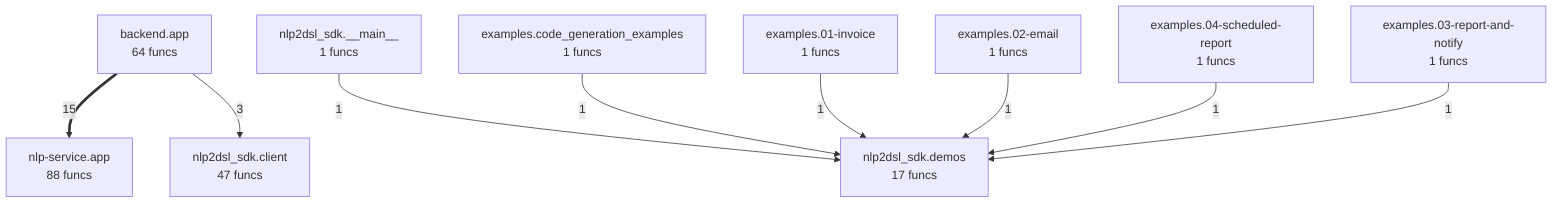
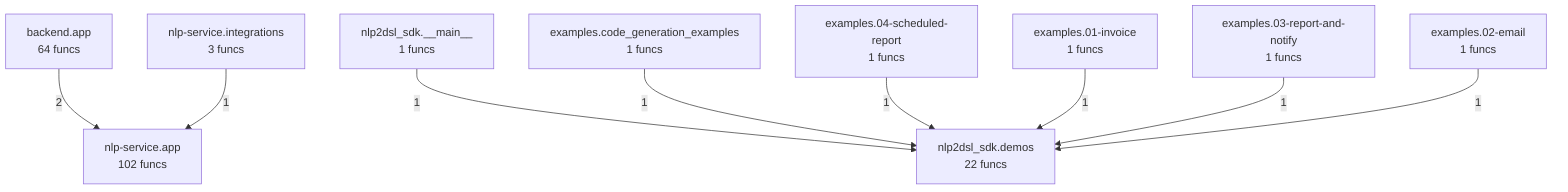
flowchart TD
%% generated in 0.01s
    backend__app["backend.app<br/>64 funcs"]
    examples__01_invoice["examples.01-invoice<br/>1 funcs"]
    examples__02_email["examples.02-email<br/>1 funcs"]
    examples__03_report_and_notify["examples.03-report-and-notify<br/>1 funcs"]
    examples__04_scheduled_report["examples.04-scheduled-report<br/>1 funcs"]
    examples__code_generation_examples["examples.code_generation_examples<br/>1 funcs"]
-     nlp_service__app["nlp-service.app<br/>88 funcs"]
+     nlp_service__app["nlp-service.app<br/>102 funcs"]
+     nlp_service__integrations["nlp-service.integrations<br/>3 funcs"]
    nlp2dsl_sdk____main__["nlp2dsl_sdk.__main__<br/>1 funcs"]
-     nlp2dsl_sdk__client["nlp2dsl_sdk.client<br/>47 funcs"]
-     nlp2dsl_sdk__demos["nlp2dsl_sdk.demos<br/>17 funcs"]
-     backend__app ==>|15| nlp_service__app
-     backend__app -->|3| nlp2dsl_sdk__client
+     nlp2dsl_sdk__demos["nlp2dsl_sdk.demos<br/>22 funcs"]
+     backend__app -->|2| nlp_service__app
    nlp2dsl_sdk____main__ -->|1| nlp2dsl_sdk__demos
    examples__code_generation_examples -->|1| nlp2dsl_sdk__demos
+     examples__04_scheduled_report -->|1| nlp2dsl_sdk__demos
    examples__01_invoice -->|1| nlp2dsl_sdk__demos
+     examples__03_report_and_notify -->|1| nlp2dsl_sdk__demos
    examples__02_email -->|1| nlp2dsl_sdk__demos
-     examples__04_scheduled_report -->|1| nlp2dsl_sdk__demos
-     examples__03_report_and_notify -->|1| nlp2dsl_sdk__demos
+     nlp_service__integrations -->|1| nlp_service__app
